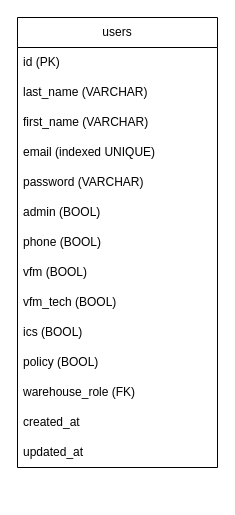
Before: page "Users" (1 of 7) of Database Design.drawio in masterofpi11436/rrjweb, a draw.io diagram. Source tidied: cells renumbered, new cells numbered last; positions are measured from the earlier drawing's top-left corner, leaving out a move shared by most shapes. Both pictures are drawn from the tidied source at 100%, with x=0, y=0 at pixel (17, 17).
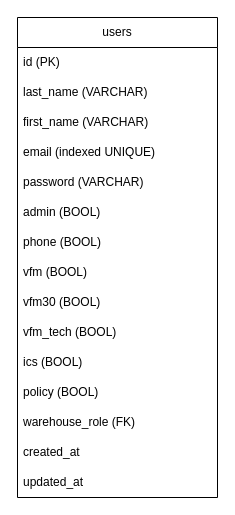
After the change.

The edit, as a diff of the source:
```diff
@@
 <mxGraphModel>
   <root>
     <mxCell id="0" />
     <mxCell id="1" parent="0" />
     <mxCell id="2" value="users" style="swimlane;fontStyle=0;horizontal=1;startSize=30;whiteSpace=wrap;html=1;" parent="1" vertex="1">
-      <mxGeometry width="200" height="450" as="geometry" />
+      <mxGeometry width="200" height="480" as="geometry" />
     </mxCell>
     <mxCell id="3" value="id (PK)" style="text;strokeColor=none;fillColor=none;align=left;verticalAlign=middle;spacingLeft=4;spacingRight=4;overflow=hidden;whiteSpace=wrap;html=1;" parent="2" vertex="1">
       <mxGeometry y="30" width="200" height="30" as="geometry" />
     </mxCell>
     <mxCell id="4" value="last_name (VARCHAR)" style="text;strokeColor=none;fillColor=none;align=left;verticalAlign=middle;spacingLeft=4;spacingRight=4;overflow=hidden;whiteSpace=wrap;html=1;" parent="2" vertex="1">
       <mxGeometry y="60" width="200" height="30" as="geometry" />
     </mxCell>
     <mxCell id="5" value="first_name (VARCHAR)" style="text;strokeColor=none;fillColor=none;align=left;verticalAlign=middle;spacingLeft=4;spacingRight=4;overflow=hidden;whiteSpace=wrap;" parent="2" vertex="1">
       <mxGeometry y="90" width="200" height="30" as="geometry" />
     </mxCell>
     <mxCell id="6" value="email (indexed UNIQUE)" style="text;strokeColor=none;fillColor=none;align=left;verticalAlign=middle;spacingLeft=4;spacingRight=4;overflow=hidden;whiteSpace=wrap;html=1;" parent="2" vertex="1">
       <mxGeometry y="120" width="200" height="30" as="geometry" />
     </mxCell>
     <mxCell id="7" value="password (VARCHAR)" style="text;strokeColor=none;fillColor=none;align=left;verticalAlign=middle;spacingLeft=4;spacingRight=4;overflow=hidden;whiteSpace=wrap;html=1;" parent="2" vertex="1">
       <mxGeometry y="150" width="200" height="30" as="geometry" />
     </mxCell>
     <mxCell id="8" value="admin (BOOL)" style="text;strokeColor=none;fillColor=none;align=left;verticalAlign=middle;spacingLeft=4;spacingRight=4;overflow=hidden;whiteSpace=wrap;html=1;" parent="2" vertex="1">
       <mxGeometry y="180" width="200" height="30" as="geometry" />
     </mxCell>
     <mxCell id="9" value="phone (BOOL)" style="text;strokeColor=none;fillColor=none;align=left;verticalAlign=middle;spacingLeft=4;spacingRight=4;overflow=hidden;whiteSpace=wrap;fontColor=default;" parent="2" vertex="1">
       <mxGeometry y="210" width="200" height="30" as="geometry" />
     </mxCell>
     <mxCell id="10" value="vfm (BOOL)" style="text;strokeColor=none;fillColor=none;align=left;verticalAlign=middle;spacingLeft=4;spacingRight=4;overflow=hidden;whiteSpace=wrap;fontColor=default;" parent="2" vertex="1">
       <mxGeometry y="240" width="200" height="30" as="geometry" />
     </mxCell>
+    <mxCell id="17" value="vfm30 (BOOL)" style="text;strokeColor=none;fillColor=none;align=left;verticalAlign=middle;spacingLeft=4;spacingRight=4;overflow=hidden;whiteSpace=wrap;fontColor=default;" parent="2" vertex="1">
+      <mxGeometry y="270" width="200" height="30" as="geometry" />
+    </mxCell>
     <mxCell id="11" value="vfm_tech (BOOL)" style="text;strokeColor=none;fillColor=none;align=left;verticalAlign=middle;spacingLeft=4;spacingRight=4;overflow=hidden;whiteSpace=wrap;fontColor=default;" parent="2" vertex="1">
-      <mxGeometry y="270" width="200" height="30" as="geometry" />
+      <mxGeometry y="300" width="200" height="30" as="geometry" />
     </mxCell>
     <mxCell id="12" value="ics (BOOL)" style="text;strokeColor=none;fillColor=none;align=left;verticalAlign=middle;spacingLeft=4;spacingRight=4;overflow=hidden;whiteSpace=wrap;fontColor=default;" parent="2" vertex="1">
-      <mxGeometry y="300" width="200" height="30" as="geometry" />
+      <mxGeometry y="330" width="200" height="30" as="geometry" />
     </mxCell>
     <mxCell id="13" value="policy (BOOL)" style="text;strokeColor=none;fillColor=none;align=left;verticalAlign=middle;spacingLeft=4;spacingRight=4;overflow=hidden;whiteSpace=wrap;fontColor=default;" parent="2" vertex="1">
-      <mxGeometry y="330" width="200" height="30" as="geometry" />
+      <mxGeometry y="360" width="200" height="30" as="geometry" />
     </mxCell>
     <mxCell id="14" value="warehouse_role (FK)" style="text;strokeColor=none;fillColor=none;align=left;verticalAlign=middle;spacingLeft=4;spacingRight=4;overflow=hidden;whiteSpace=wrap;fontColor=default;" parent="2" vertex="1">
-      <mxGeometry y="360" width="200" height="30" as="geometry" />
+      <mxGeometry y="390" width="200" height="30" as="geometry" />
     </mxCell>
     <mxCell id="15" value="created_at" style="text;strokeColor=none;fillColor=none;align=left;verticalAlign=middle;spacingLeft=4;spacingRight=4;overflow=hidden;whiteSpace=wrap;fontColor=default;" parent="2" vertex="1">
-      <mxGeometry y="390" width="200" height="30" as="geometry" />
+      <mxGeometry y="420" width="200" height="30" as="geometry" />
     </mxCell>
     <mxCell id="16" value="updated_at" style="text;strokeColor=none;fillColor=none;align=left;verticalAlign=middle;spacingLeft=4;spacingRight=4;overflow=hidden;whiteSpace=wrap;fontColor=default;" parent="2" vertex="1">
-      <mxGeometry y="420" width="200" height="30" as="geometry" />
+      <mxGeometry y="450" width="200" height="30" as="geometry" />
     </mxCell>
   </root>
 </mxGraphModel>
```
